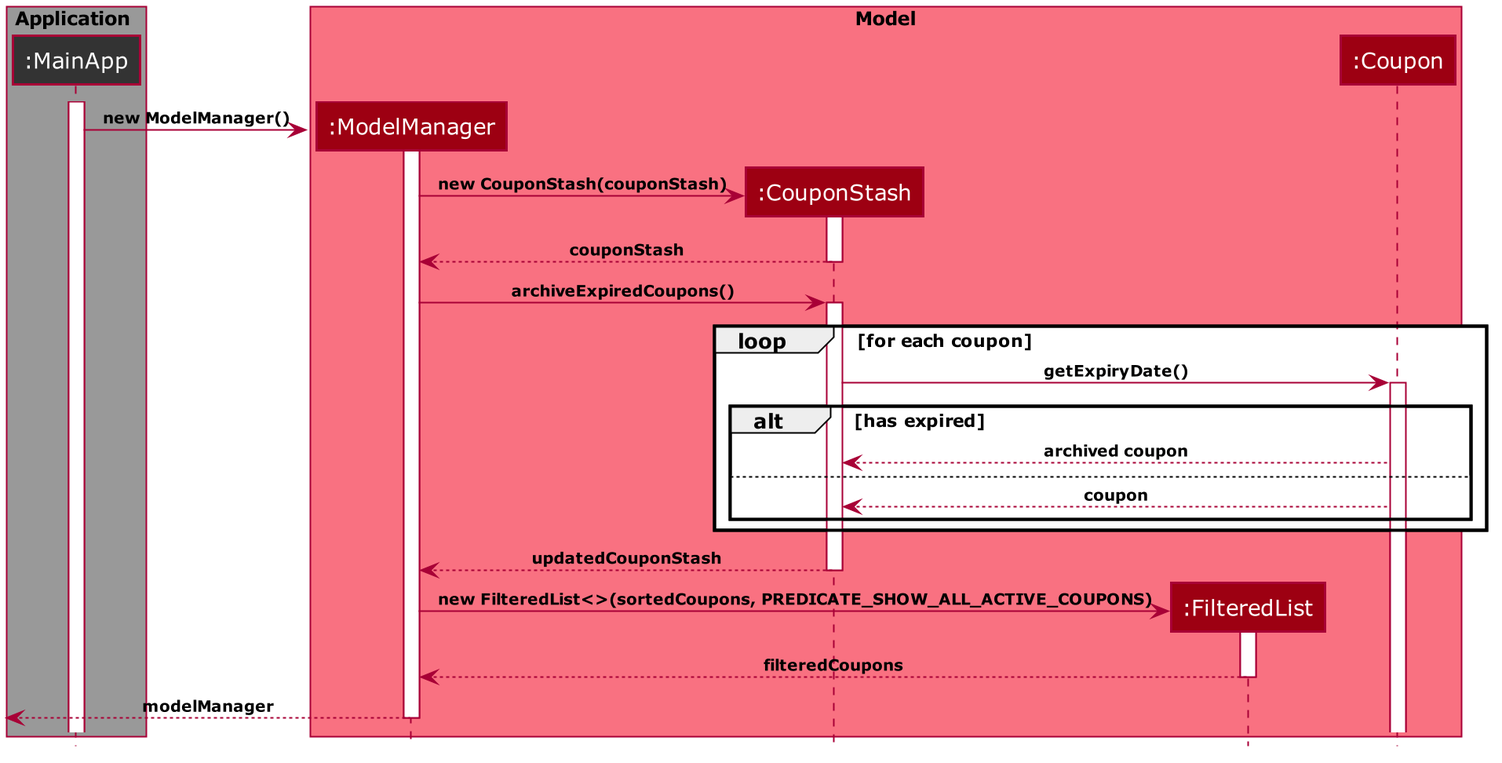
This is docs/images/ArchiveExpiredSequenceDiagram.png from nus-cs2103-AY1920S2/addressbook-level3, a PlantUML export, as it was before one commit.
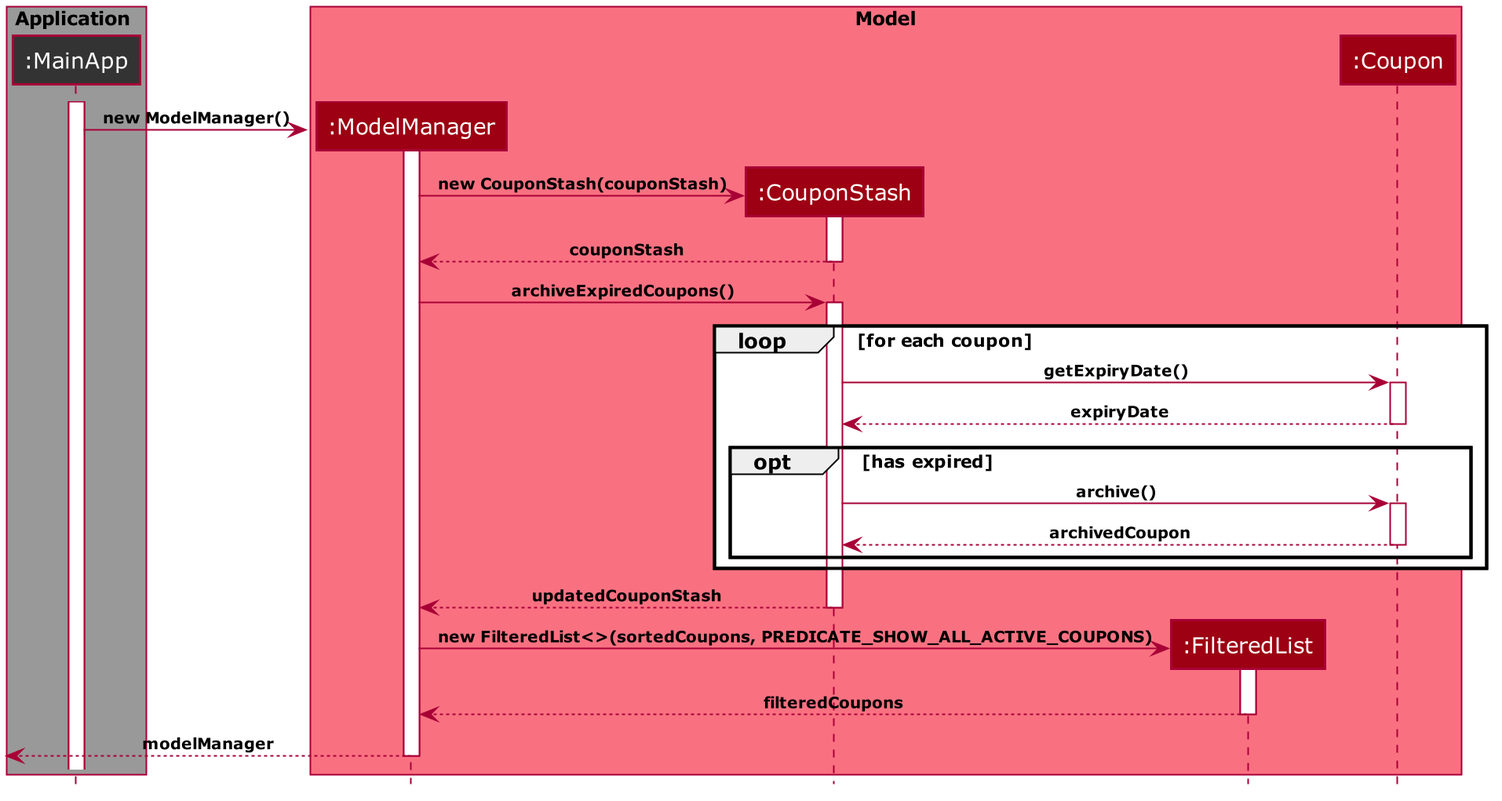
Later version of the same file.

What changed in the source:
```diff
@@ -95,11 +95,14 @@
 loop for each coupon
     CouponStash -> Coupon: getExpiryDate()
     activate Coupon
+    Coupon --> CouponStash : expiryDate
+    deactivate Coupon
 
-    alt has expired
-        Coupon --> CouponStash: archived coupon
-    else
-        Coupon --> CouponStash: coupon
+    opt has expired
+        CouponStash -> Coupon: archive()
+        activate Coupon
+        Coupon --> CouponStash: archivedCoupon
+        deactivate Coupon
     end
 end
 
```
